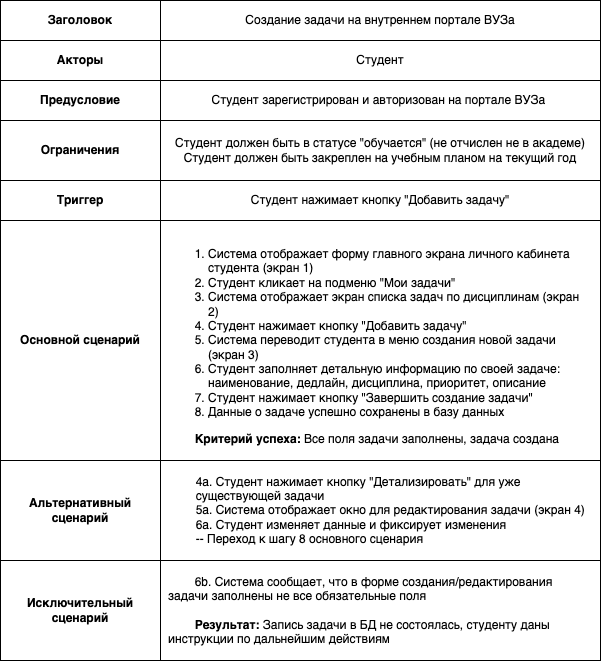
abdullahproff/BSA21_1 keeps this draw.io diagram as Novgorodov_Timofey/ex03_UseCase/ex03_UseCase.png. Above is the earlier version. Source tidied: cells renumbered, new cells last; positions are measured from the earlier drawing's top-left corner, leaving out a move shared by most shapes.
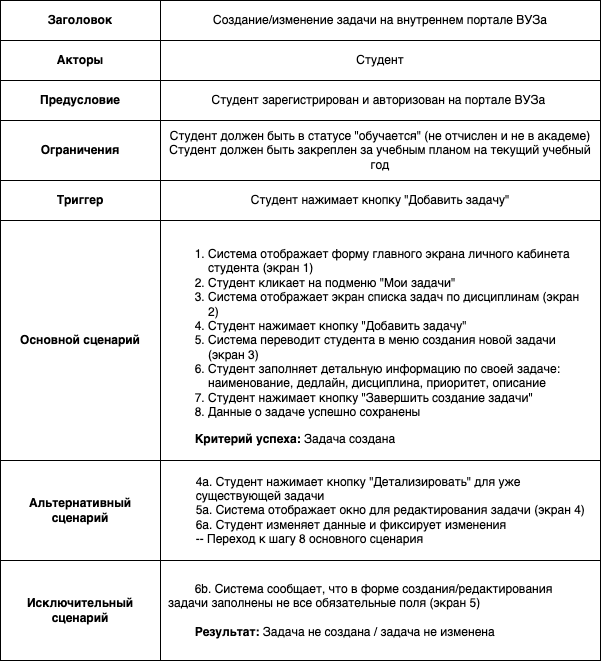
After the commit.

Commit message:
upd UseCase

What changed in the source:
```diff
@@ -11,7 +11,7 @@
     <mxCell id="4" value="&lt;b&gt;Заголовок&lt;/b&gt;" style="shape=partialRectangle;html=1;whiteSpace=wrap;strokeColor=inherit;overflow=hidden;fillColor=none;top=0;left=0;bottom=0;right=0;" parent="3" vertex="1">
       <mxGeometry width="160" height="40" as="geometry" />
     </mxCell>
-    <mxCell id="5" value="Создание задачи на внутреннем портале ВУЗа" style="shape=partialRectangle;html=1;whiteSpace=wrap;strokeColor=inherit;overflow=hidden;fillColor=none;top=0;left=0;bottom=0;right=0;spacingLeft=7;spacingRight=7;" parent="3" vertex="1">
+    <mxCell id="5" value="Создание/изменение задачи на внутреннем портале ВУЗа" style="shape=partialRectangle;html=1;whiteSpace=wrap;strokeColor=inherit;overflow=hidden;fillColor=none;top=0;left=0;bottom=0;right=0;spacingLeft=7;spacingRight=7;" parent="3" vertex="1">
       <mxGeometry x="160" width="440" height="40" as="geometry" />
     </mxCell>
     <mxCell id="6" style="shape=tableRow;horizontal=0;startSize=0;swimlaneHead=0;swimlaneBody=0;strokeColor=inherit;top=0;left=0;bottom=0;right=0;fillColor=none;" parent="2" vertex="1">
@@ -38,7 +38,7 @@
     <mxCell id="13" value="&lt;b&gt;Ограничения&lt;/b&gt;" style="shape=partialRectangle;html=1;whiteSpace=wrap;strokeColor=inherit;overflow=hidden;fillColor=none;top=0;left=0;bottom=0;right=0;" parent="12" vertex="1">
       <mxGeometry width="160" height="60" as="geometry" />
     </mxCell>
-    <mxCell id="14" value="Студент должен быть в статусе &quot;обучается&quot; (не отчислен не в академе)&lt;br&gt;Студент должен быть закреплен на учебным планом на текущий год" style="shape=partialRectangle;html=1;whiteSpace=wrap;strokeColor=inherit;overflow=hidden;fillColor=none;top=0;left=0;bottom=0;right=0;spacingLeft=7;spacingRight=7;" parent="12" vertex="1">
+    <mxCell id="14" value="Студент должен быть в статусе &quot;обучается&quot; (не отчислен и не в академе)&lt;br&gt;Студент должен быть закреплен за учебным планом на текущий учебный год" style="shape=partialRectangle;html=1;whiteSpace=wrap;strokeColor=inherit;overflow=hidden;fillColor=none;top=0;left=0;bottom=0;right=0;spacingLeft=7;spacingRight=7;" parent="12" vertex="1">
       <mxGeometry x="160" width="440" height="60" as="geometry" />
     </mxCell>
     <mxCell id="15" style="shape=tableRow;horizontal=0;startSize=0;swimlaneHead=0;swimlaneBody=0;strokeColor=inherit;top=0;left=0;bottom=0;right=0;fillColor=none;" parent="2" vertex="1">
@@ -56,7 +56,7 @@
     <mxCell id="19" value="&lt;b&gt;Основной сценарий&lt;/b&gt;" style="shape=partialRectangle;html=1;whiteSpace=wrap;strokeColor=inherit;overflow=hidden;fillColor=none;top=0;left=0;bottom=0;right=0;" parent="18" vertex="1">
       <mxGeometry width="160" height="240" as="geometry" />
     </mxCell>
-    <mxCell id="20" value="&lt;ol style=&quot;text-align: left;&quot;&gt;&lt;li&gt;Система отображает форму главного экрана личного кабинета студента (экран 1)&lt;/li&gt;&lt;li&gt;Студент кликает на подменю &quot;Мои задачи&quot;&lt;/li&gt;&lt;li&gt;Система отображает экран списка задач по дисциплинам (экран 2)&lt;/li&gt;&lt;li&gt;Студент нажимает кнопку &quot;Добавить задачу&quot;&lt;/li&gt;&lt;li&gt;Система переводит студента в меню создания новой задачи (экран 3)&lt;/li&gt;&lt;li&gt;Студент заполняет детальную информацию по своей задаче: наименование, дедлайн, дисциплина, приоритет, описание&lt;/li&gt;&lt;li&gt;Студент нажимает кнопку &quot;Завершить создание задачи&quot;&lt;/li&gt;&lt;li&gt;Данные о задаче успешно сохранены в базу данных&lt;/li&gt;&lt;/ol&gt;&lt;b style=&quot;background-color: initial;&quot;&gt;&lt;div style=&quot;text-align: left;&quot;&gt;&lt;b style=&quot;background-color: initial;&quot;&gt;&lt;span style=&quot;white-space: pre;&quot;&gt;&#9;&lt;/span&gt;&lt;/b&gt;&lt;b style=&quot;background-color: initial; text-align: center;&quot;&gt;Критерий успеха:&amp;nbsp;&lt;/b&gt;&lt;span style=&quot;background-color: initial; font-weight: normal; text-align: center;&quot;&gt;Все поля задачи заполнены, задача создана&amp;nbsp;&lt;/span&gt;&lt;/div&gt;&lt;/b&gt;" style="shape=partialRectangle;html=1;whiteSpace=wrap;strokeColor=inherit;overflow=hidden;fillColor=none;top=0;left=0;bottom=0;right=0;spacingLeft=7;spacingRight=7;" parent="18" vertex="1">
+    <mxCell id="20" value="&lt;ol style=&quot;text-align: left;&quot;&gt;&lt;li&gt;Система отображает форму главного экрана личного кабинета студента (экран 1)&lt;/li&gt;&lt;li&gt;Студент кликает на подменю &quot;Мои задачи&quot;&lt;/li&gt;&lt;li&gt;Система отображает экран списка задач по дисциплинам (экран 2)&lt;/li&gt;&lt;li&gt;Студент нажимает кнопку &quot;Добавить задачу&quot;&lt;/li&gt;&lt;li&gt;Система переводит студента в меню создания новой задачи (экран 3)&lt;/li&gt;&lt;li&gt;Студент заполняет детальную информацию по своей задаче: наименование, дедлайн, дисциплина, приоритет, описание&lt;/li&gt;&lt;li&gt;Студент нажимает кнопку &quot;Завершить создание задачи&quot;&lt;/li&gt;&lt;li&gt;Данные о задаче успешно сохранены&lt;/li&gt;&lt;/ol&gt;&lt;span style=&quot;background-color: initial;&quot;&gt;&lt;div style=&quot;text-align: left;&quot;&gt;&lt;b style=&quot;font-weight: bold; background-color: initial;&quot;&gt;&lt;span style=&quot;white-space: pre;&quot;&gt;&#9;&lt;/span&gt;&lt;/b&gt;&lt;b style=&quot;font-weight: bold; background-color: initial; text-align: center;&quot;&gt;Критерий успеха: &lt;/b&gt;&lt;span style=&quot;background-color: initial; text-align: center;&quot;&gt;За&lt;/span&gt;&lt;span style=&quot;font-weight: normal; background-color: initial; text-align: center;&quot;&gt;дача создана&lt;/span&gt;&lt;/div&gt;&lt;/span&gt;" style="shape=partialRectangle;html=1;whiteSpace=wrap;strokeColor=inherit;overflow=hidden;fillColor=none;top=0;left=0;bottom=0;right=0;spacingLeft=7;spacingRight=7;" parent="18" vertex="1">
       <mxGeometry x="160" width="440" height="240" as="geometry" />
     </mxCell>
     <mxCell id="21" style="shape=tableRow;horizontal=0;startSize=0;swimlaneHead=0;swimlaneBody=0;strokeColor=inherit;top=0;left=0;bottom=0;right=0;fillColor=none;" parent="2" vertex="1">
@@ -74,7 +74,7 @@
     <mxCell id="25" value="&lt;b&gt;Исключительный сценарий&lt;/b&gt;" style="shape=partialRectangle;html=1;whiteSpace=wrap;strokeColor=inherit;overflow=hidden;fillColor=none;top=0;left=0;bottom=0;right=0;" parent="24" vertex="1">
       <mxGeometry width="160" height="100" as="geometry" />
     </mxCell>
-    <mxCell id="26" value="&lt;div style=&quot;text-align: left;&quot;&gt;&lt;span style=&quot;background-color: initial;&quot;&gt;&lt;span style=&quot;white-space: pre;&quot;&gt;&#9;&lt;/span&gt;6b. Система сообщает, что в форме создания/редактирования задачи заполнены не все обязательные поля&lt;/span&gt;&lt;/div&gt;&lt;div&gt;&lt;span style=&quot;text-align: left;&quot;&gt;&lt;br&gt;&lt;/span&gt;&lt;/div&gt;&lt;div style=&quot;text-align: left;&quot;&gt;&lt;b style=&quot;background-color: initial;&quot;&gt;&lt;span style=&quot;white-space: pre;&quot;&gt;&#9;&lt;/span&gt;Результат&lt;/b&gt;&lt;b style=&quot;background-color: initial;&quot;&gt;:&amp;nbsp;&lt;/b&gt;&lt;span style=&quot;background-color: initial;&quot;&gt;Запись задачи в БД не состоялась, студенту даны инструкции по дальнейшим действиям&lt;/span&gt;&lt;span style=&quot;text-align: left;&quot;&gt;&lt;br&gt;&lt;/span&gt;&lt;/div&gt;" style="shape=partialRectangle;html=1;whiteSpace=wrap;strokeColor=inherit;overflow=hidden;fillColor=none;top=0;left=0;bottom=0;right=0;spacingLeft=7;spacingRight=7;" parent="24" vertex="1">
+    <mxCell id="26" value="&lt;div style=&quot;text-align: left;&quot;&gt;&lt;span style=&quot;background-color: initial;&quot;&gt;&lt;span style=&quot;white-space: pre;&quot;&gt;&#9;&lt;/span&gt;6b. Система сообщает, что в форме создания/редактирования задачи заполнены не все обязательные поля (экран 5)&lt;/span&gt;&lt;/div&gt;&lt;div&gt;&lt;span style=&quot;text-align: left;&quot;&gt;&lt;br&gt;&lt;/span&gt;&lt;/div&gt;&lt;div style=&quot;text-align: left;&quot;&gt;&lt;b style=&quot;background-color: initial;&quot;&gt;&lt;span style=&quot;white-space: pre;&quot;&gt;&#9;&lt;/span&gt;Результат&lt;/b&gt;&lt;b style=&quot;background-color: initial;&quot;&gt;:&amp;nbsp;&lt;/b&gt;&lt;span style=&quot;background-color: initial;&quot;&gt;Задача не создана / задача не изменена&lt;/span&gt;&lt;span style=&quot;text-align: left;&quot;&gt;&lt;br&gt;&lt;/span&gt;&lt;/div&gt;" style="shape=partialRectangle;html=1;whiteSpace=wrap;strokeColor=inherit;overflow=hidden;fillColor=none;top=0;left=0;bottom=0;right=0;spacingLeft=7;spacingRight=7;" parent="24" vertex="1">
       <mxGeometry x="160" width="440" height="100" as="geometry" />
     </mxCell>
   </root>
```
